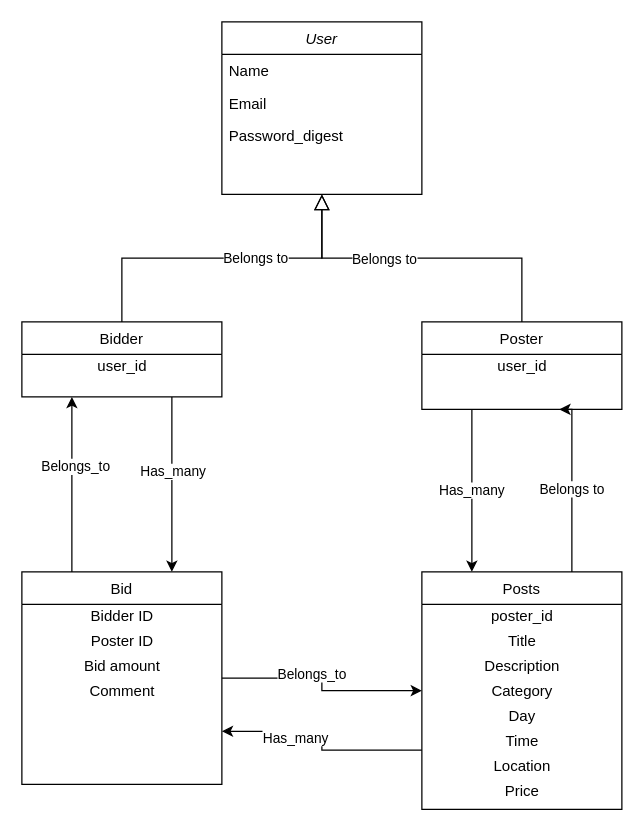
Before: Untitled Diagram.drawio in klt-shiba/phase-4-app, a draw.io diagram. Source tidied: cells renumbered, new cells numbered last; positions are measured from the earlier drawing's top-left corner, leaving out a move shared by most shapes. Both pictures are drawn from the tidied source at 125%, with x=0, y=0 at pixel (21, 21).
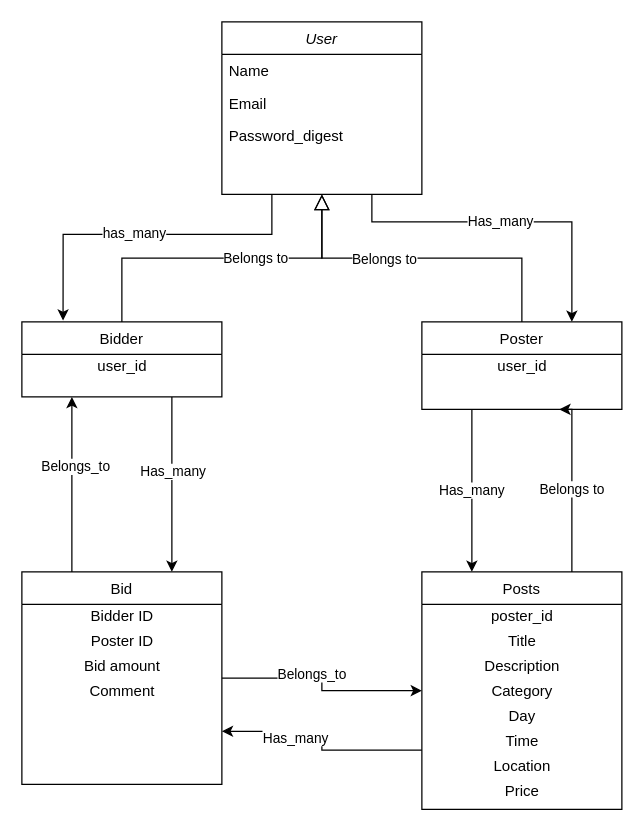
After the change.

Unchanged cells that the change refers to:
```xml
<mxCell id="2" value="User" style="swimlane;fontStyle=2;align=center;verticalAlign=top;horizontal=1;startSize=26;rounded=0;shadow=0;strokeWidth=1;" parent="1" vertex="1">
  <mxGeometry x="160" width="160" height="138" as="geometry" />
</mxCell>
<mxCell id="8" value="Bidder" style="swimlane;fontStyle=0;align=center;verticalAlign=top;horizontal=1;startSize=26;rounded=0;shadow=0;strokeWidth=1;" parent="1" vertex="1">
  <mxGeometry y="240" width="160" height="60" as="geometry" />
</mxCell>
<mxCell id="13" value="Poster" style="swimlane;fontStyle=0;align=center;verticalAlign=top;horizontal=1;startSize=26;rounded=0;shadow=0;strokeWidth=1;" parent="1" vertex="1">
  <mxGeometry x="320" y="240" width="160" height="70" as="geometry" />
</mxCell>
```

Change to the diagram source:
```diff
@@
+    <mxCell id="39" style="edgeStyle=orthogonalEdgeStyle;rounded=0;jettySize=auto;html=1;exitX=0.25;exitY=1;exitDx=0;exitDy=0;entryX=0.206;entryY=-0.017;entryDx=0;entryDy=0;entryPerimeter=0;" parent="1" edge="1" source="2" target="8">
+      <mxGeometry relative="1" as="geometry">
+        <Array as="points">
+          <mxPoint x="200" y="170" />
+          <mxPoint x="33" y="170" />
+        </Array>
+      </mxGeometry>
+    </mxCell>
+    <mxCell id="40" value="has_many" style="edgeLabel;html=1;align=center;verticalAlign=middle;" parent="39" vertex="1">
+      <mxGeometry x="0.07" y="-2" relative="1" as="geometry" />
+    </mxCell>
+    <mxCell id="41" style="edgeStyle=orthogonalEdgeStyle;rounded=0;jettySize=auto;html=1;exitX=0.75;exitY=1;exitDx=0;exitDy=0;entryX=0.75;entryY=0;entryDx=0;entryDy=0;" parent="1" edge="1" source="2" target="13">
+      <mxGeometry relative="1" as="geometry">
+        <Array as="points">
+          <mxPoint x="280" y="160" />
+          <mxPoint x="440" y="160" />
+        </Array>
+      </mxGeometry>
+    </mxCell>
+    <mxCell id="42" value="Has_many" style="edgeLabel;html=1;align=center;verticalAlign=middle;" parent="41" vertex="1">
+      <mxGeometry x="-0.05" y="1" relative="1" as="geometry" />
+    </mxCell>
```
